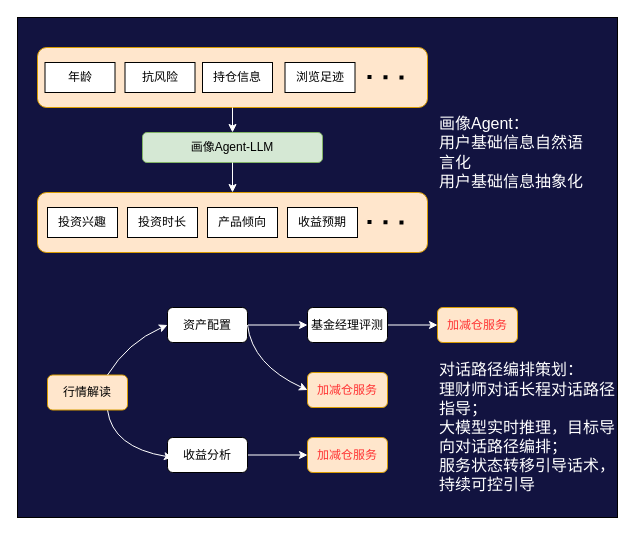
Earlier version of the draw.io diagram 主动策划-4PPT.drawio (ZhangHammer/ZhangHammer). Source tidied: cells renumbered, new cells numbered last; positions are measured from the earlier drawing's top-left corner, leaving out a move shared by most shapes. Both pictures are drawn from the tidied source at 100%, with x=0, y=0 at pixel (17, 17).
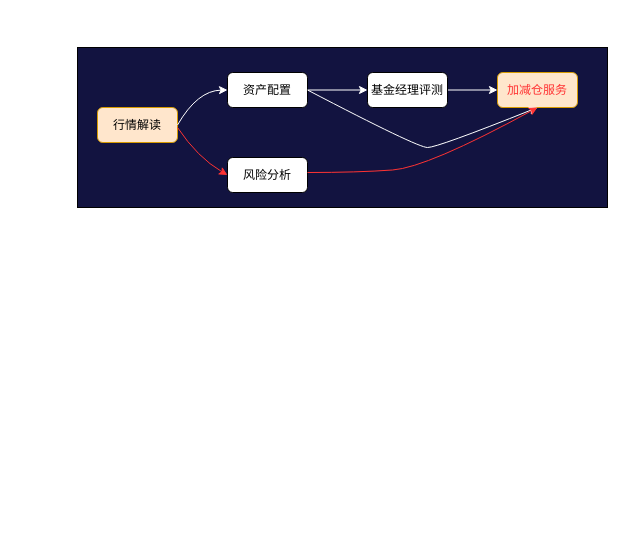
Above is the later version.

The edit, as a diff of the source:
```diff
@@
     <mxCell id="2" style="rounded=0;whiteSpace=wrap;html=1;fillColor=#121340;" parent="1" vertex="1">
-      <mxGeometry width="600" height="500" as="geometry" />
+      <mxGeometry x="60" y="30" width="530" height="160" as="geometry" />
     </mxCell>
-    <mxCell id="3" style="rounded=1;whiteSpace=wrap;html=1;strokeWidth=1;fillColor=#ffe6cc;strokeColor=#d79b00;" parent="1" vertex="1">
-      <mxGeometry x="20" y="175" width="390" height="60" as="geometry" />
-    </mxCell>
-    <mxCell id="4" style="rounded=1;whiteSpace=wrap;html=1;strokeWidth=1;fillColor=#ffe6cc;strokeColor=#d79b00;" parent="1" vertex="1">
-      <mxGeometry x="20" y="30" width="390" height="60" as="geometry" />
-    </mxCell>
-    <mxCell id="5" value="年龄" style="rounded=0;whiteSpace=wrap;html=1;" parent="1" vertex="1">
-      <mxGeometry x="27.5" y="45" width="70" height="30" as="geometry" />
-    </mxCell>
-    <mxCell id="6" value="抗风险" style="rounded=0;whiteSpace=wrap;html=1;" parent="1" vertex="1">
-      <mxGeometry x="107.5" y="45" width="70" height="30" as="geometry" />
-    </mxCell>
-    <mxCell id="7" value="持仓信息" style="rounded=0;whiteSpace=wrap;html=1;" parent="1" vertex="1">
-      <mxGeometry x="185" y="45" width="70" height="30" as="geometry" />
-    </mxCell>
-    <mxCell id="8" style="endArrow=none;dashed=1;html=1;dashPattern=1 3;strokeWidth=4;rounded=0;" parent="1" edge="1">
-      <mxGeometry relative="1" as="geometry">
-        <mxPoint x="350" y="59.5" as="sourcePoint" />
-        <mxPoint x="390" y="60" as="targetPoint" />
-      </mxGeometry>
-    </mxCell>
-    <mxCell id="9" value="画像Agent-LLM" style="rounded=1;whiteSpace=wrap;html=1;fillColor=#d5e8d4;strokeColor=#82b366;strokeWidth=1;" parent="1" vertex="1">
-      <mxGeometry x="125" y="115" width="180" height="30" as="geometry" />
-    </mxCell>
-    <mxCell id="10" value="投资兴趣" style="rounded=0;whiteSpace=wrap;html=1;" parent="1" vertex="1">
-      <mxGeometry x="30" y="190" width="70" height="30" as="geometry" />
-    </mxCell>
-    <mxCell id="11" value="产品倾向" style="rounded=0;whiteSpace=wrap;html=1;" parent="1" vertex="1">
-      <mxGeometry x="190" y="190" width="70" height="30" as="geometry" />
-    </mxCell>
-    <mxCell id="12" value="收益预期" style="rounded=0;whiteSpace=wrap;html=1;" parent="1" vertex="1">
-      <mxGeometry x="270" y="190" width="70" height="30" as="geometry" />
-    </mxCell>
-    <mxCell id="13" style="endArrow=none;dashed=1;html=1;dashPattern=1 3;strokeWidth=4;rounded=0;" parent="1" edge="1">
-      <mxGeometry relative="1" as="geometry">
-        <mxPoint x="350" y="204.5" as="sourcePoint" />
-        <mxPoint x="390" y="205" as="targetPoint" />
-      </mxGeometry>
-    </mxCell>
-    <mxCell id="14" value="投资时长" style="rounded=0;whiteSpace=wrap;html=1;" parent="1" vertex="1">
-      <mxGeometry x="110" y="190" width="70" height="30" as="geometry" />
-    </mxCell>
-    <mxCell id="15" value="浏览足迹" style="rounded=0;whiteSpace=wrap;html=1;" parent="1" vertex="1">
-      <mxGeometry x="267.5" y="45" width="70" height="30" as="geometry" />
-    </mxCell>
-    <mxCell id="16" style="endArrow=classic;html=1;rounded=0;exitX=0.5;exitY=1;exitDx=0;exitDy=0;entryX=0.5;entryY=0;entryDx=0;entryDy=0;strokeColor=#FFFFFF;" parent="1" edge="1" source="4" target="9">
-      <mxGeometry relative="1" as="geometry" />
-    </mxCell>
-    <mxCell id="17" style="endArrow=classic;html=1;rounded=0;exitX=0.5;exitY=1;exitDx=0;exitDy=0;entryX=0.5;entryY=0;entryDx=0;entryDy=0;strokeColor=#FFFFFF;" parent="1" edge="1" source="9" target="3">
-      <mxGeometry relative="1" as="geometry" />
-    </mxCell>
-    <mxCell id="18" value="&lt;div style=&quot;font-size: 16px;&quot;&gt;&lt;font style=&quot;font-size: 16px;&quot; color=&quot;#ffffff&quot;&gt;画像Agent：&lt;/font&gt;&lt;/div&gt;&lt;font style=&quot;font-size: 16px;&quot; color=&quot;#ffffff&quot;&gt;用户基础信息自然语言化&lt;/font&gt;&lt;div style=&quot;font-size: 16px;&quot;&gt;&lt;font style=&quot;font-size: 16px;&quot; color=&quot;#ffffff&quot;&gt;用户基础信息抽象化&lt;/font&gt;&lt;/div&gt;" style="text;html=1;align=left;verticalAlign=middle;whiteSpace=wrap;rounded=0;" parent="1" vertex="1">
-      <mxGeometry x="420" y="90" width="150" height="90" as="geometry" />
-    </mxCell>
@@
     <mxCell id="20" value="资产配置" style="rounded=1;whiteSpace=wrap;html=1;" parent="1" vertex="1">
-      <mxGeometry x="150" y="290" width="80" height="35" as="geometry" />
+      <mxGeometry x="210" y="55" width="80" height="35" as="geometry" />
     </mxCell>
@@
     <mxCell id="22" value="基金经理评测" style="rounded=1;whiteSpace=wrap;html=1;strokeWidth=1;" parent="1" vertex="1">
-      <mxGeometry x="290" y="290" width="80" height="35" as="geometry" />
+      <mxGeometry x="350" y="55" width="80" height="35" as="geometry" />
     </mxCell>
     <mxCell id="23" value="&lt;font color=&quot;#ff3333&quot;&gt;加减仓服务&lt;/font&gt;" style="rounded=1;whiteSpace=wrap;html=1;strokeWidth=1;strokeColor=#d79b00;fillColor=#ffe6cc;" parent="1" vertex="1">
-      <mxGeometry x="420" y="290" width="80" height="35" as="geometry" />
+      <mxGeometry x="480" y="55" width="80" height="35" as="geometry" />
     </mxCell>
-    <mxCell id="24" value="&lt;font color=&quot;#ff3333&quot;&gt;加减仓服务&lt;/font&gt;" style="rounded=1;whiteSpace=wrap;html=1;strokeWidth=1;strokeColor=#d79b00;fillColor=#ffe6cc;" parent="1" vertex="1">
-      <mxGeometry x="290" y="355" width="80" height="35" as="geometry" />
-    </mxCell>
-    <mxCell id="25" style="edgeStyle=orthogonalEdgeStyle;rounded=0;jettySize=auto;html=1;strokeColor=#FFFFFF;" parent="1" edge="1" source="26" target="27">
-      <mxGeometry relative="1" as="geometry" />
-    </mxCell>
-    <mxCell id="26" value="收益分析" style="rounded=1;whiteSpace=wrap;html=1;" parent="1" vertex="1">
-      <mxGeometry x="150" y="420" width="80" height="35" as="geometry" />
+    <mxCell id="26" value="风险分析" style="rounded=1;whiteSpace=wrap;html=1;" parent="1" vertex="1">
+      <mxGeometry x="210" y="140" width="80" height="35" as="geometry" />
     </mxCell>
-    <mxCell id="27" value="&lt;font color=&quot;#ff3333&quot;&gt;加减仓服务&lt;/font&gt;" style="rounded=1;whiteSpace=wrap;html=1;strokeWidth=1;strokeColor=#d79b00;fillColor=#ffe6cc;" parent="1" vertex="1">
-      <mxGeometry x="290" y="420" width="80" height="35" as="geometry" />
-    </mxCell>
-    <mxCell id="28" style="curved=1;endArrow=classic;html=1;rounded=0;entryX=0;entryY=0.5;entryDx=0;entryDy=0;exitX=0.75;exitY=1;exitDx=0;exitDy=0;strokeColor=#FFFFFF;" parent="1" edge="1" source="29">
-      <mxGeometry relative="1" as="geometry">
-        <mxPoint x="155" y="440" as="targetPoint" />
-        <Array as="points">
-          <mxPoint x="95" y="430" />
-        </Array>
-      </mxGeometry>
-    </mxCell>
     <mxCell id="29" value="行情解读" style="rounded=1;whiteSpace=wrap;html=1;fillColor=#ffe6cc;strokeColor=#d79b00;" parent="1" vertex="1">
-      <mxGeometry x="30" y="357.5" width="80" height="35" as="geometry" />
+      <mxGeometry x="80" y="90" width="80" height="35" as="geometry" />
     </mxCell>
-    <mxCell id="30" style="curved=1;endArrow=classic;html=1;rounded=0;entryX=0;entryY=0.5;entryDx=0;entryDy=0;strokeColor=#FFFFFF;" parent="1" edge="1" target="24">
+    <mxCell id="30" style="curved=1;endArrow=classic;html=1;rounded=0;entryX=0.5;entryY=1;entryDx=0;entryDy=0;strokeColor=#FFFFFF;" parent="1" edge="1" target="23">
       <mxGeometry relative="1" as="geometry">
-        <mxPoint x="230" y="307.5" as="sourcePoint" />
+        <mxPoint x="290" y="72.5" as="sourcePoint" />
         <Array as="points">
-          <mxPoint x="235" y="347.5" />
+          <mxPoint x="400" y="130" />
+          <mxPoint x="420" y="130" />
         </Array>
       </mxGeometry>
     </mxCell>
+    <mxCell id="33" style="curved=1;endArrow=classic;html=1;rounded=0;strokeColor=#FF3333;" parent="1" edge="1">
+      <mxGeometry relative="1" as="geometry">
+        <mxPoint x="290" y="155" as="sourcePoint" />
+        <mxPoint x="520" y="90" as="targetPoint" />
+        <Array as="points">
+          <mxPoint x="340" y="155" />
+          <mxPoint x="410" y="150" />
+        </Array>
+      </mxGeometry>
+    </mxCell>
-    <mxCell id="31" style="curved=1;endArrow=classic;html=1;rounded=0;strokeColor=#FFFFFF;entryX=0;entryY=0.5;entryDx=0;entryDy=0;exitX=0.75;exitY=0;exitDx=0;exitDy=0;" parent="1" edge="1" source="29" target="20">
+    <mxCell id="31" style="curved=1;endArrow=classic;html=1;rounded=0;entryX=0;entryY=0.5;entryDx=0;entryDy=0;strokeColor=#FFFFFF;exitX=1;exitY=0.5;exitDx=0;exitDy=0;" parent="1" edge="1" source="29" target="20">
       <mxGeometry relative="1" as="geometry">
         <Array as="points">
-          <mxPoint x="110" y="325" />
+          <mxPoint x="180" y="73" />
         </Array>
       </mxGeometry>
     </mxCell>
-    <mxCell id="32" value="&lt;div style=&quot;font-size: 16px;&quot;&gt;&lt;font style=&quot;font-size: 16px;&quot; color=&quot;#ffffff&quot;&gt;对话路径编排策划：&lt;/font&gt;&lt;/div&gt;&lt;font style=&quot;font-size: 16px;&quot; color=&quot;#ffffff&quot;&gt;理财师对话长程对话路径指导；&lt;/font&gt;&lt;div&gt;&lt;font style=&quot;font-size: 16px;&quot; color=&quot;#ffffff&quot;&gt;大模型实时推理，目标导向对话路径编排；&lt;/font&gt;&lt;div style=&quot;font-size: 16px;&quot;&gt;&lt;font color=&quot;#ffffff&quot;&gt;服务状态转移引导话术，持续可控引导&lt;/font&gt;&lt;/div&gt;&lt;/div&gt;" style="text;html=1;align=left;verticalAlign=middle;whiteSpace=wrap;rounded=0;" parent="1" vertex="1">
-      <mxGeometry x="420" y="330" width="180" height="160" as="geometry" />
-    </mxCell>
+    <mxCell id="34" style="curved=1;endArrow=classic;html=1;rounded=0;entryX=0;entryY=0.5;entryDx=0;entryDy=0;strokeColor=#FF3333;" parent="1" edge="1" target="26">
+      <mxGeometry relative="1" as="geometry">
+        <mxPoint x="160" y="110" as="sourcePoint" />
+        <Array as="points">
+          <mxPoint x="180" y="140" />
+        </Array>
+      </mxGeometry>
+    </mxCell>
```
